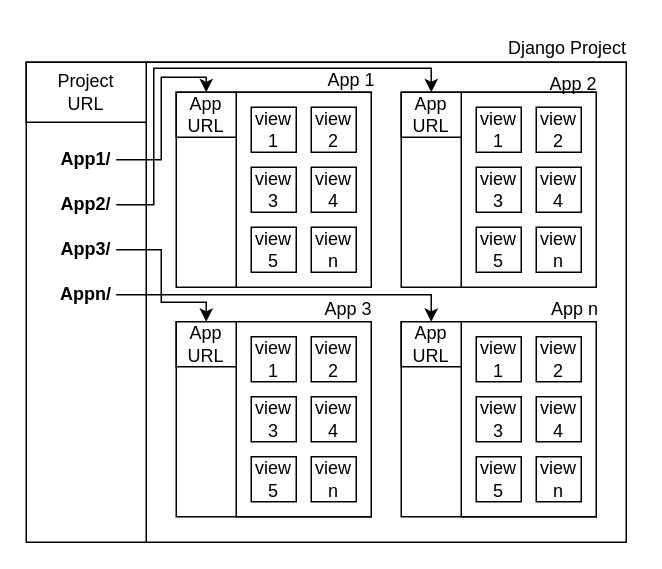
The draw.io diagram Diagram/Django Architecture.drawio in jb-sio/flowchart, before the edit. Source tidied: cells renumbered, new cells numbered last; positions are measured from the earlier drawing's top-left corner, leaving out a move shared by most shapes. Both pictures are drawn from the tidied source at 150%, with x=0, y=0 at pixel (26, 26).
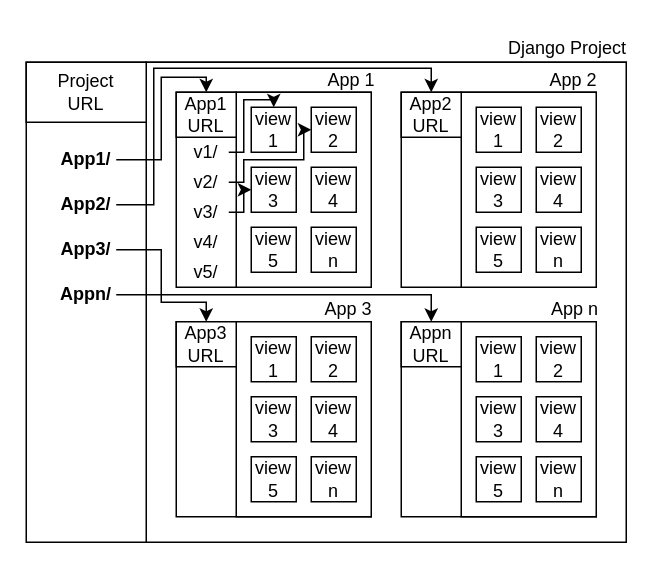
The same page after the edit.

The change refers to these unchanged cells:
```xml
<mxCell id="45" value="view&lt;div&gt;1&lt;/div&gt;" style="text;html=1;align=center;verticalAlign=middle;whiteSpace=wrap;rounded=0;" parent="1" vertex="1">
  <mxGeometry x="150" y="54" width="30" height="30" as="geometry" />
</mxCell>
```

What changed in the source:
```diff
@@
     <mxCell id="13" value="App 2" style="text;html=1;align=center;verticalAlign=middle;whiteSpace=wrap;rounded=0;" parent="1" vertex="1">
-      <mxGeometry x="340" y="24" width="50" height="30" as="geometry" />
+      <mxGeometry x="340" y="21" width="50" height="30" as="geometry" />
     </mxCell>
@@
-    <mxCell id="20" value="App&lt;div&gt;URL&lt;/div&gt;" style="text;html=1;align=center;verticalAlign=middle;whiteSpace=wrap;rounded=0;" parent="1" vertex="1">
+    <mxCell id="20" value="App2&lt;div&gt;URL&lt;/div&gt;" style="text;html=1;align=center;verticalAlign=middle;whiteSpace=wrap;rounded=0;" parent="1" vertex="1">
       <mxGeometry x="255" y="44" width="30" height="30" as="geometry" />
     </mxCell>
@@
-    <mxCell id="22" value="App&lt;div&gt;URL&lt;/div&gt;" style="text;html=1;align=center;verticalAlign=middle;whiteSpace=wrap;rounded=0;" parent="1" vertex="1">
+    <mxCell id="22" value="App3&lt;div&gt;URL&lt;/div&gt;" style="text;html=1;align=center;verticalAlign=middle;whiteSpace=wrap;rounded=0;" parent="1" vertex="1">
       <mxGeometry x="105" y="197" width="30" height="30" as="geometry" />
     </mxCell>
@@
-    <mxCell id="24" value="App&lt;div&gt;URL&lt;/div&gt;" style="text;html=1;align=center;verticalAlign=middle;whiteSpace=wrap;rounded=0;" parent="1" vertex="1">
+    <mxCell id="24" value="Appn&lt;div&gt;URL&lt;/div&gt;" style="text;html=1;align=center;verticalAlign=middle;whiteSpace=wrap;rounded=0;" parent="1" vertex="1">
       <mxGeometry x="255" y="197" width="30" height="30" as="geometry" />
     </mxCell>
@@
-    <mxCell id="26" value="App&lt;div&gt;URL&lt;/div&gt;" style="text;html=1;align=center;verticalAlign=middle;whiteSpace=wrap;rounded=0;" parent="1" vertex="1">
+    <mxCell id="26" value="App1&lt;div&gt;URL&lt;/div&gt;" style="text;html=1;align=center;verticalAlign=middle;whiteSpace=wrap;rounded=0;" parent="1" vertex="1">
       <mxGeometry x="105" y="44" width="30" height="30" as="geometry" />
     </mxCell>
@@
+    <mxCell id="83" style="edgeStyle=orthogonalEdgeStyle;rounded=0;jettySize=auto;html=1;entryX=0.5;entryY=0;entryDx=0;entryDy=0;" parent="1" edge="1" source="84" target="45">
+      <mxGeometry relative="1" as="geometry">
+        <Array as="points">
+          <mxPoint x="145" y="84" />
+          <mxPoint x="145" y="49" />
+          <mxPoint x="165" y="49" />
+        </Array>
+      </mxGeometry>
+    </mxCell>
+    <mxCell id="84" value="v1/" style="text;html=1;align=center;verticalAlign=middle;whiteSpace=wrap;rounded=0;" parent="1" vertex="1">
+      <mxGeometry x="105" y="74" width="30" height="20" as="geometry" />
+    </mxCell>
+    <mxCell id="85" value="v2/" style="text;html=1;align=center;verticalAlign=middle;whiteSpace=wrap;rounded=0;" parent="1" vertex="1">
+      <mxGeometry x="105" y="94" width="30" height="20" as="geometry" />
+    </mxCell>
+    <mxCell id="86" value="v3/" style="text;html=1;align=center;verticalAlign=middle;whiteSpace=wrap;rounded=0;" parent="1" vertex="1">
+      <mxGeometry x="105" y="114" width="30" height="20" as="geometry" />
+    </mxCell>
+    <mxCell id="87" value="v4/" style="text;html=1;align=center;verticalAlign=middle;whiteSpace=wrap;rounded=0;" parent="1" vertex="1">
+      <mxGeometry x="105" y="134" width="30" height="20" as="geometry" />
+    </mxCell>
+    <mxCell id="88" value="v5/" style="text;html=1;align=center;verticalAlign=middle;whiteSpace=wrap;rounded=0;" parent="1" vertex="1">
+      <mxGeometry x="105" y="154" width="30" height="20" as="geometry" />
+    </mxCell>
+    <mxCell id="89" style="edgeStyle=orthogonalEdgeStyle;rounded=0;jettySize=auto;html=1;entryX=0;entryY=0.5;entryDx=0;entryDy=0;exitX=1;exitY=0.5;exitDx=0;exitDy=0;" parent="1" edge="1" source="85">
+      <mxGeometry relative="1" as="geometry">
+        <mxPoint x="190" y="69" as="targetPoint" />
+        <Array as="points">
+          <mxPoint x="145" y="104" />
+          <mxPoint x="145" y="89" />
+          <mxPoint x="185" y="89" />
+          <mxPoint x="185" y="69" />
+        </Array>
+      </mxGeometry>
+    </mxCell>
+    <mxCell id="90" style="edgeStyle=orthogonalEdgeStyle;rounded=0;jettySize=auto;html=1;exitX=1;exitY=0.5;exitDx=0;exitDy=0;" parent="1" edge="1" source="86">
+      <mxGeometry relative="1" as="geometry">
+        <mxPoint x="150" y="109" as="targetPoint" />
+        <Array as="points">
+          <mxPoint x="145" y="124" />
+          <mxPoint x="145" y="109" />
+        </Array>
+      </mxGeometry>
+    </mxCell>
```
